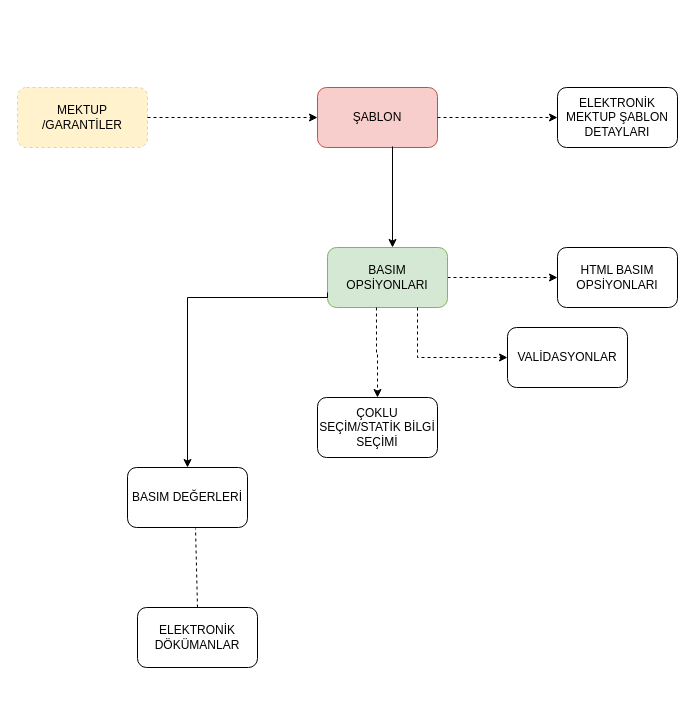
Before: template-print.drawio in dEMonaRE/etmp, a draw.io diagram. Source tidied: cells renumbered, new cells numbered last; positions are measured from the earlier drawing's top-left corner, leaving out a move shared by most shapes. Both pictures are drawn from the tidied source at 100%, with x=0, y=0 at pixel (17, 87).
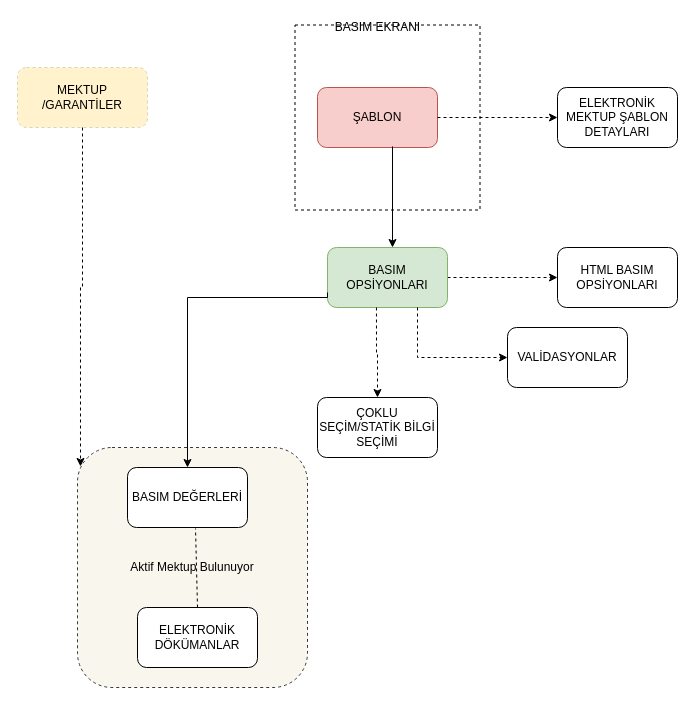
Above is the later version.

The change refers to these unchanged cells:
```xml
<mxCell id="2" value="ŞABLON" style="rounded=1;whiteSpace=wrap;html=1;fillColor=#f8cecc;strokeColor=#b85450;" parent="1" vertex="1">
  <mxGeometry x="300" width="120" height="60" as="geometry" />
</mxCell>
```

Diff of the diagram source:
```diff
@@
+    <mxCell id="19" style="whiteSpace=wrap;html=1;dashed=1;" parent="1" vertex="1">
+      <mxGeometry x="277.5" y="-62.5" width="185" height="185" as="geometry" />
+    </mxCell>
+    <mxCell id="20" value="Aktif Mektup Bulunuyor&lt;br&gt;" style="rounded=1;whiteSpace=wrap;html=1;dashed=1;fillColor=#f9f7ed;strokeColor=#36393d;" parent="1" vertex="1">
+      <mxGeometry x="60" y="360" width="230" height="240" as="geometry" />
+    </mxCell>
@@
     <mxCell id="13" value="MEKTUP /GARANTİLER" style="rounded=1;whiteSpace=wrap;html=1;dashed=1;fillColor=#fff2cc;strokeColor=#D5D6B8;" parent="1" vertex="1">
-      <mxGeometry width="130" height="60" as="geometry" />
+      <mxGeometry y="-20" width="130" height="60" as="geometry" />
     </mxCell>
@@
-    <mxCell id="15" style="edgeStyle=orthogonalEdgeStyle;rounded=0;jettySize=auto;html=1;dashed=1;entryX=0;entryY=0.5;entryDx=0;entryDy=0;" parent="1" edge="1" source="13" target="2">
+    <mxCell id="15" style="edgeStyle=orthogonalEdgeStyle;rounded=0;jettySize=auto;html=1;dashed=1;entryX=0.013;entryY=0.079;entryDx=0;entryDy=0;entryPerimeter=0;" parent="1" edge="1" source="13" target="20">
       <mxGeometry relative="1" as="geometry" />
     </mxCell>
@@
+    <mxCell id="21" value="BASIM EKRANI" style="text;html=1;align=center;verticalAlign=middle;" parent="1" vertex="1">
+      <mxGeometry x="310" y="-70" width="100" height="20" as="geometry" />
+    </mxCell>
```
